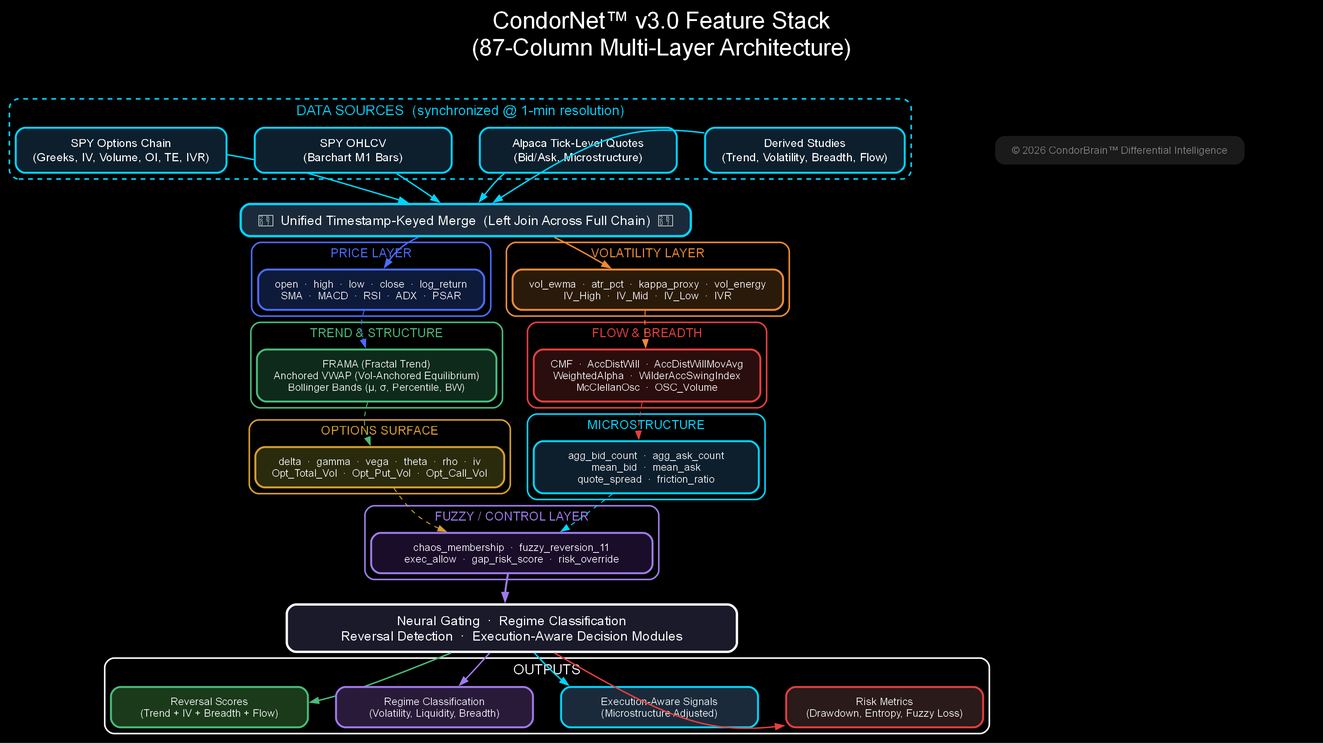
The Graphviz diagram docs/architecture/CondorNet_v3_Feature_Stack.png in trextrader/spy-iron-condor-trading, before a commit. Its source is kept beside it as docs/architecture/CondorNet_v3_Feature_Stack.dot.
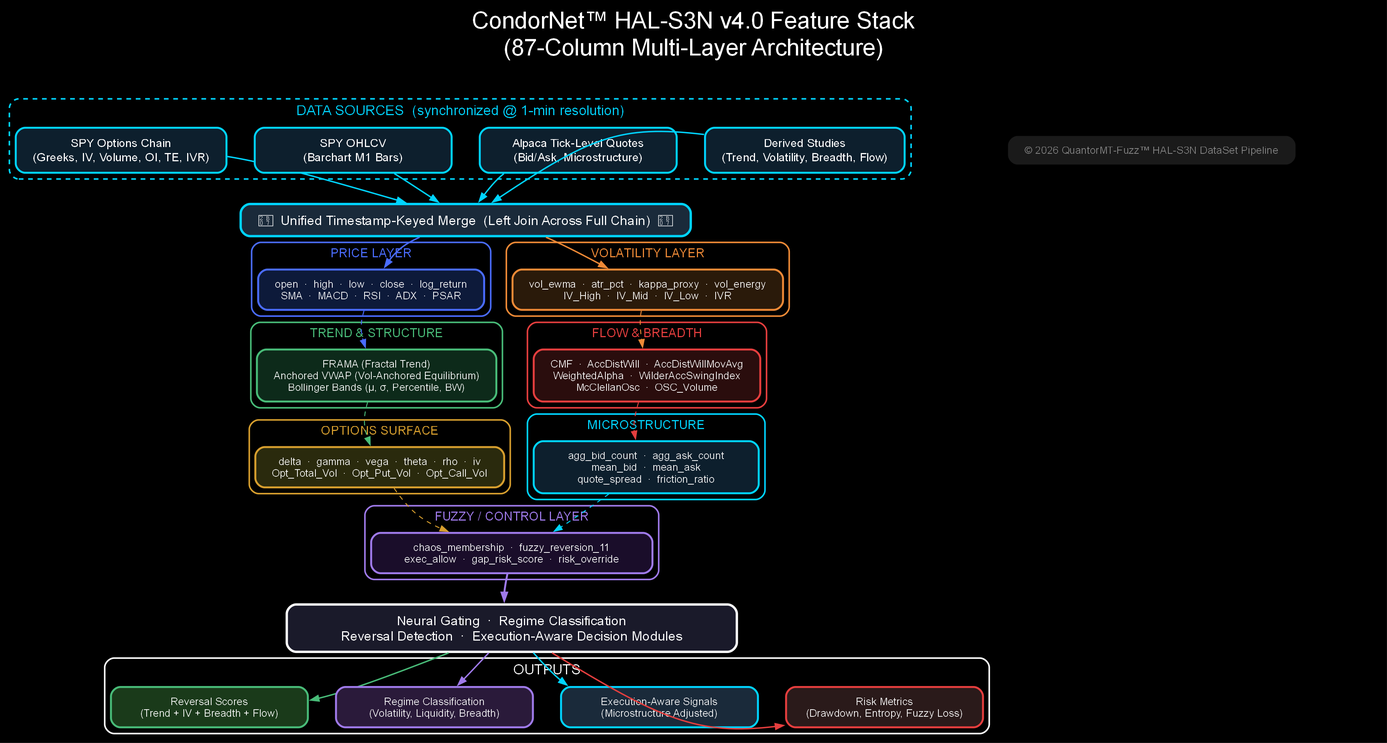
After the commit.

Commit message:
feat: competition performance charts + v4 Feature Stack rename

Change to the diagram source:
```diff
@@ -1,11 +1,11 @@
-digraph CondorNet_v3_Feature_Stack {
+digraph CondorNet_v4_Feature_Stack {
     rankdir=TB;
     splines=curved;
     bgcolor="#000000";
     fontname="Arial,Sans-Serif";
     fontsize=30;
     labelloc="t";
-    label="CondorNet™ v3.0 Feature Stack\n(87-Column Multi-Layer Architecture)";
+    label="CondorNet™ HAL-S3N v4.0 Feature Stack\n(87-Column Multi-Layer Architecture)";
     fontcolor="#ffffff";
     nodesep=0.5;
     ranksep=0.55;
@@ -176,6 +176,6 @@
         style=invis;
         rank=sink;
         node [shape=plaintext, fontsize=13, fontcolor="#888888"];
-        copyright_note [label="© 2026 CondorBrain™ Differential Intelligence"];
+        copyright_note [label="© 2026 QuantorMT-Fuzz™ HAL-S3N DataSet Pipeline"];
     }
 }
```
